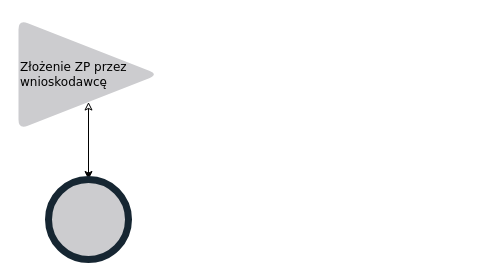
Before: Untitled Diagram.drawio in WelfareUnit/Projekt2, a draw.io diagram. Source tidied: cells renumbered, new cells numbered last; positions are measured from the earlier drawing's top-left corner, leaving out a move shared by most shapes. Both pictures are drawn from the tidied source at 100%, with x=0, y=0 at pixel (18, 19).
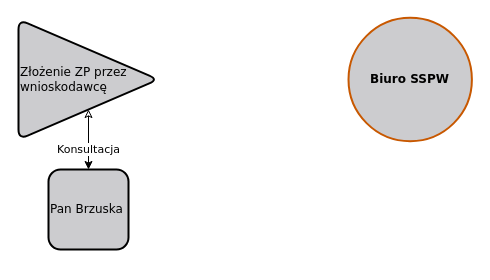
Above is the later version.

Diff of the diagram source:
```diff
@@
 <mxGraphModel>
   <root>
     <mxCell id="0" />
     <mxCell id="1" parent="0" />
-    <mxCell id="2" style="edgeStyle=orthogonalEdgeStyle;rounded=0;jettySize=auto;html=1;exitX=0.5;exitY=1;exitDx=0;exitDy=0;entryX=0.5;entryY=0;entryDx=0;entryDy=0;fontFamily=Verdana;startArrow=classic;startFill=0;" parent="1" edge="1" source="3" target="4">
+    <mxCell id="2" value="&lt;div style=&quot;font-size: 11px;&quot;&gt;Konsultacja&lt;/div&gt;" style="edgeStyle=orthogonalEdgeStyle;rounded=0;jettySize=auto;html=1;exitX=0.5;exitY=1;exitDx=0;exitDy=0;entryX=0.5;entryY=0;entryDx=0;entryDy=0;fontFamily=Verdana;startArrow=classic;startFill=0;fontSize=11;" parent="1" edge="1" source="3" target="5">
       <mxGeometry relative="1" as="geometry" />
     </mxCell>
-    <mxCell id="3" value="Złożenie ZP przez wnioskodawcę" style="triangle;whiteSpace=wrap;html=1;fontFamily=Verdana;align=left;strokeWidth=7;rounded=1;fillColor=#cccccf;strokeColor=none;" parent="1" vertex="1">
-      <mxGeometry width="140" height="110" as="geometry" />
+    <mxCell id="3" value="Złożenie ZP przez wnioskodawcę" style="triangle;whiteSpace=wrap;html=1;fontFamily=Verdana;align=left;strokeWidth=2;rounded=1;fillColor=#cccccf;" parent="1" vertex="1">
+      <mxGeometry width="140" height="120" as="geometry" />
     </mxCell>
-    <mxCell id="4" style="ellipse;whiteSpace=wrap;html=1;rounded=1;fontFamily=Verdana;strokeColor=#162632;strokeWidth=7;fillColor=#cccccf;align=left;" parent="1" vertex="1">
-      <mxGeometry x="30" y="160" width="80" height="80" as="geometry" />
-    </mxCell>
+    <mxCell id="5" value="&lt;div align=&quot;center&quot;&gt;Pan Brzuska&lt;br&gt;&lt;/div&gt;" style="whiteSpace=wrap;html=1;rounded=1;fontFamily=Verdana;fontSize=12;strokeColor=#000000;strokeWidth=2;fillColor=#CCCCCF;align=left;" parent="1" vertex="1">
+      <mxGeometry x="30" y="150" width="80" height="80" as="geometry" />
+    </mxCell>
+    <mxCell id="6" value="&lt;div style=&quot;font-size: 12px;&quot;&gt;Biuro SSPW&lt;br style=&quot;font-size: 12px;&quot;&gt;&lt;/div&gt;" style="ellipse;whiteSpace=wrap;html=1;rounded=1;fontFamily=Verdana;fontSize=12;strokeWidth=2;fillColor=#CCCCCF;align=center;strokeColor=#C85800;fontStyle=1;" parent="1" vertex="1">
+      <mxGeometry x="330" y="-1.7" width="123.4" height="123.4" as="geometry" />
+    </mxCell>
   </root>
 </mxGraphModel>
```
